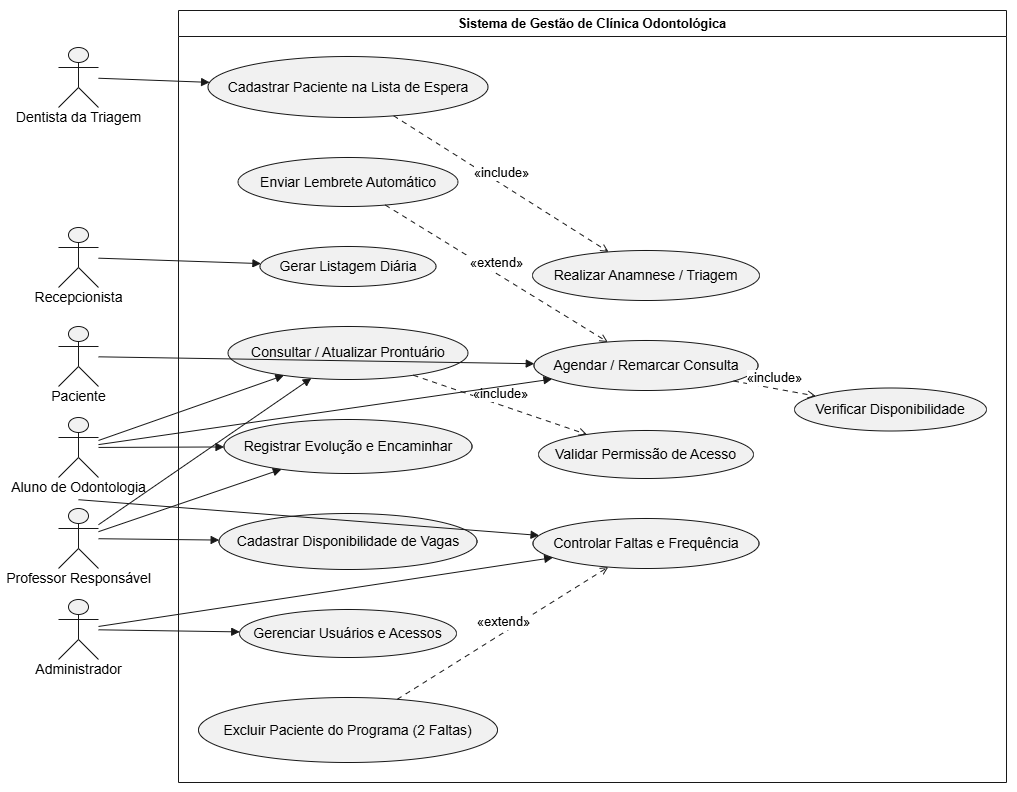
JuscielSL/APS keeps this draw.io diagram as Unidade 4/ModelagemSistemas/Diagrama de gestão odontologico.drawio.png. Above is the earlier version. Source tidied: cells renumbered, new cells last; positions are measured from the earlier drawing's top-left corner, leaving out a move shared by most shapes. Its diagram source:
```xml
<mxGraphModel>
  <root>
    <mxCell id="0" />
    <mxCell id="1" parent="0" />
    <mxCell id="2" style="group;transparentBounds=1;editIcon=1;lockedGroup=0;groupPadding=10;" parent="1" vertex="1">
      <mxGeometry x="28" as="geometry" />
    </mxCell>
    <mxCell id="3" value="Sistema de Gestão de Clínica Odontológica" style="swimlane;startSize=26;fillColor=none;strokeColor=#181818;fontColor=#000000;fontSize=13;fontStyle=1;whiteSpace=wrap;" parent="2" vertex="1">
      <mxGeometry x="150" y="30" width="828" height="772" as="geometry" />
    </mxCell>
    <mxCell id="4" value="Cadastrar Paciente na Lista de Espera" style="ellipse;html=1;fillColor=#F1F1F1;strokeColor=#181818;whiteSpace=wrap;fontColor=#000000;fontSize=14;" parent="3" vertex="1">
      <mxGeometry x="29.5" y="46" width="280" height="61" as="geometry" />
    </mxCell>
    <mxCell id="5" value="Enviar Lembrete Automático" style="ellipse;html=1;fillColor=#F1F1F1;strokeColor=#181818;whiteSpace=wrap;fontColor=#000000;fontSize=14;" parent="3" vertex="1">
      <mxGeometry x="59.5" y="147" width="220" height="49" as="geometry" />
    </mxCell>
    <mxCell id="6" value="Gerar Listagem Diária" style="ellipse;html=1;fillColor=#F1F1F1;strokeColor=#181818;whiteSpace=wrap;fontColor=#000000;fontSize=14;" parent="3" vertex="1">
      <mxGeometry x="81.5" y="236" width="176" height="40" as="geometry" />
    </mxCell>
    <mxCell id="7" value="Consultar / Atualizar Prontuário" style="ellipse;html=1;fillColor=#F1F1F1;strokeColor=#181818;whiteSpace=wrap;fontColor=#000000;fontSize=14;" parent="3" vertex="1">
      <mxGeometry x="49.5" y="316" width="240" height="53" as="geometry" />
    </mxCell>
    <mxCell id="8" value="Registrar Evolução e Encaminhar" style="ellipse;html=1;fillColor=#F1F1F1;strokeColor=#181818;whiteSpace=wrap;fontColor=#000000;fontSize=14;" parent="3" vertex="1">
      <mxGeometry x="45.5" y="409" width="248" height="54" as="geometry" />
    </mxCell>
    <mxCell id="9" value="Cadastrar Disponibilidade de Vagas" style="ellipse;html=1;fillColor=#F1F1F1;strokeColor=#181818;whiteSpace=wrap;fontColor=#000000;fontSize=14;" parent="3" vertex="1">
      <mxGeometry x="40.5" y="503" width="258" height="56" as="geometry" />
    </mxCell>
    <mxCell id="10" value="Gerenciar Usuários e Acessos" style="ellipse;html=1;fillColor=#F1F1F1;strokeColor=#181818;whiteSpace=wrap;fontColor=#000000;fontSize=14;" parent="3" vertex="1">
      <mxGeometry x="61" y="599" width="217" height="48" as="geometry" />
    </mxCell>
    <mxCell id="11" value="Excluir Paciente do Programa (2 Faltas)" style="ellipse;html=1;fillColor=#F1F1F1;strokeColor=#181818;whiteSpace=wrap;fontColor=#000000;fontSize=14;" parent="3" vertex="1">
      <mxGeometry x="20" y="687" width="299" height="65" as="geometry" />
    </mxCell>
    <mxCell id="12" value="Realizar Anamnese / Triagem" style="ellipse;html=1;fillColor=#F1F1F1;strokeColor=#181818;whiteSpace=wrap;fontColor=#000000;fontSize=14;" parent="3" vertex="1">
      <mxGeometry x="354" y="240" width="227" height="50" as="geometry" />
    </mxCell>
    <mxCell id="13" value="Agendar / Remarcar Consulta" style="ellipse;html=1;fillColor=#F1F1F1;strokeColor=#181818;whiteSpace=wrap;fontColor=#000000;fontSize=14;" parent="3" vertex="1">
      <mxGeometry x="355.5" y="330" width="224" height="50" as="geometry" />
    </mxCell>
    <mxCell id="14" value="Validar Permissão de Acesso" style="ellipse;html=1;fillColor=#F1F1F1;strokeColor=#181818;whiteSpace=wrap;fontColor=#000000;fontSize=14;" parent="3" vertex="1">
      <mxGeometry x="360" y="420" width="215" height="48" as="geometry" />
    </mxCell>
    <mxCell id="15" value="Controlar Faltas e Frequência" style="ellipse;html=1;fillColor=#F1F1F1;strokeColor=#181818;whiteSpace=wrap;fontColor=#000000;fontSize=14;" parent="3" vertex="1">
      <mxGeometry x="354.5" y="508" width="226" height="50" as="geometry" />
    </mxCell>
    <mxCell id="16" value="Verificar Disponibilidade" style="ellipse;html=1;fillColor=#F1F1F1;strokeColor=#181818;whiteSpace=wrap;fontColor=#000000;fontSize=14;" parent="3" vertex="1">
      <mxGeometry x="616" y="377.5" width="192" height="43" as="geometry" />
    </mxCell>
    <mxCell id="17" value="«include»" style="endArrow=open;dashed=1;dashPattern=5 5;strokeColor=#181818;fontColor=#000000;fontSize=13;edgeStyle=none;rounded=0;html=1;verticalAlign=bottom;curved=0;endSize=6;sourcePerimeterSpacing=0;targetPerimeterSpacing=0;" parent="3" edge="1" source="4" target="12">
      <mxGeometry relative="1" as="geometry" />
    </mxCell>
    <mxCell id="18" value="«extend»" style="endArrow=open;dashed=1;dashPattern=5 5;strokeColor=#181818;fontColor=#000000;fontSize=13;edgeStyle=none;rounded=0;html=1;verticalAlign=bottom;curved=0;endSize=6;sourcePerimeterSpacing=0;targetPerimeterSpacing=0;" parent="3" edge="1" source="5" target="13">
      <mxGeometry relative="1" as="geometry" />
    </mxCell>
    <mxCell id="19" value="«include»" style="endArrow=open;dashed=1;dashPattern=5 5;strokeColor=#181818;fontColor=#000000;fontSize=13;edgeStyle=none;rounded=0;html=1;verticalAlign=bottom;curved=0;endSize=6;sourcePerimeterSpacing=0;targetPerimeterSpacing=0;" parent="3" edge="1" source="7" target="14">
      <mxGeometry relative="1" as="geometry" />
    </mxCell>
    <mxCell id="20" value="«extend»" style="endArrow=open;dashed=1;dashPattern=5 5;strokeColor=#181818;fontColor=#000000;fontSize=13;edgeStyle=none;rounded=0;html=1;verticalAlign=bottom;curved=0;endSize=6;sourcePerimeterSpacing=0;targetPerimeterSpacing=0;" parent="3" edge="1" source="11" target="15">
      <mxGeometry relative="1" as="geometry" />
    </mxCell>
    <mxCell id="21" value="«include»" style="endArrow=open;dashed=1;dashPattern=5 5;strokeColor=#181818;fontColor=#000000;fontSize=13;edgeStyle=none;rounded=0;html=1;verticalAlign=bottom;curved=0;endSize=6;sourcePerimeterSpacing=0;targetPerimeterSpacing=0;" parent="3" edge="1" source="13" target="16">
      <mxGeometry relative="1" as="geometry" />
    </mxCell>
    <mxCell id="22" style="shape=umlActor;html=1;fillColor=#F1F1F1;strokeColor=#181818;fontColor=#000000;fontSize=14;" parent="2" vertex="1">
      <mxGeometry x="30" y="67" width="40" height="60" as="geometry" />
    </mxCell>
    <mxCell id="23" value="Dentista da Triagem" style="text;html=1;align=center;verticalAlign=middle;spacingBottom=1;fontColor=#000000;fontSize=14;" parent="22" vertex="1">
      <mxGeometry x="-53" y="62" width="146" height="17" as="geometry" />
    </mxCell>
    <mxCell id="24" style="shape=umlActor;html=1;fillColor=#F1F1F1;strokeColor=#181818;fontColor=#000000;fontSize=14;" parent="2" vertex="1">
      <mxGeometry x="30" y="247" width="40" height="60" as="geometry" />
    </mxCell>
    <mxCell id="25" value="Recepcionista" style="text;html=1;align=center;verticalAlign=middle;spacingBottom=1;fontColor=#000000;fontSize=14;" parent="24" vertex="1">
      <mxGeometry x="-31" y="62" width="102" height="17" as="geometry" />
    </mxCell>
    <mxCell id="26" style="shape=umlActor;html=1;fillColor=#F1F1F1;strokeColor=#181818;fontColor=#000000;fontSize=14;" parent="2" vertex="1">
      <mxGeometry x="30" y="346" width="40" height="60" as="geometry" />
    </mxCell>
    <mxCell id="27" value="Paciente" style="text;html=1;align=center;verticalAlign=middle;spacingBottom=1;fontColor=#000000;fontSize=14;" parent="26" vertex="1">
      <mxGeometry x="-14" y="62" width="68" height="17" as="geometry" />
    </mxCell>
    <mxCell id="28" style="shape=umlActor;html=1;fillColor=#F1F1F1;strokeColor=#181818;fontColor=#000000;fontSize=14;" parent="2" vertex="1">
      <mxGeometry x="30" y="437" width="40" height="60" as="geometry" />
    </mxCell>
    <mxCell id="29" value="Aluno de Odontologia" style="text;html=1;align=center;verticalAlign=middle;spacingBottom=1;fontColor=#000000;fontSize=14;" parent="28" vertex="1">
      <mxGeometry x="-57" y="62" width="154" height="17" as="geometry" />
    </mxCell>
    <mxCell id="30" style="shape=umlActor;html=1;fillColor=#F1F1F1;strokeColor=#181818;fontColor=#000000;fontSize=14;" parent="2" vertex="1">
      <mxGeometry x="30" y="528" width="40" height="60" as="geometry" />
    </mxCell>
    <mxCell id="31" value="Professor Responsável" style="text;html=1;align=center;verticalAlign=middle;spacingBottom=1;fontColor=#000000;fontSize=14;" parent="30" vertex="1">
      <mxGeometry x="-58" y="62" width="156" height="17" as="geometry" />
    </mxCell>
    <mxCell id="32" style="shape=umlActor;html=1;fillColor=#F1F1F1;strokeColor=#181818;fontColor=#000000;fontSize=14;" parent="2" vertex="1">
      <mxGeometry x="30" y="619" width="40" height="60" as="geometry" />
    </mxCell>
    <mxCell id="33" value="Administrador" style="text;html=1;align=center;verticalAlign=middle;spacingBottom=1;fontColor=#000000;fontSize=14;" parent="32" vertex="1">
      <mxGeometry x="-30.5" y="62" width="101" height="17" as="geometry" />
    </mxCell>
    <mxCell id="34" style="endArrow=block;endFill=1;strokeColor=#181818;fontColor=#000000;fontSize=13;edgeStyle=none;rounded=0;html=1;curved=0;endSize=6;sourcePerimeterSpacing=0;targetPerimeterSpacing=0;" parent="2" edge="1" source="26" target="13">
      <mxGeometry relative="1" as="geometry" />
    </mxCell>
    <mxCell id="35" style="endArrow=block;endFill=1;strokeColor=#181818;fontColor=#000000;fontSize=13;edgeStyle=none;rounded=0;html=1;curved=0;endSize=6;sourcePerimeterSpacing=0;targetPerimeterSpacing=0;" parent="2" edge="1" source="22" target="4">
      <mxGeometry relative="1" as="geometry" />
    </mxCell>
    <mxCell id="36" style="endArrow=block;endFill=1;strokeColor=#181818;fontColor=#000000;fontSize=13;edgeStyle=none;rounded=0;html=1;curved=0;endSize=6;sourcePerimeterSpacing=0;targetPerimeterSpacing=0;" parent="2" edge="1" source="24" target="6">
      <mxGeometry relative="1" as="geometry" />
    </mxCell>
    <mxCell id="37" style="endArrow=block;endFill=1;strokeColor=#181818;fontColor=#000000;fontSize=13;edgeStyle=none;rounded=0;html=1;curved=0;endSize=6;sourcePerimeterSpacing=0;targetPerimeterSpacing=0;" parent="2" edge="1" source="28" target="13">
      <mxGeometry relative="1" as="geometry" />
    </mxCell>
    <mxCell id="38" style="endArrow=block;endFill=1;strokeColor=#181818;fontColor=#000000;fontSize=13;edgeStyle=none;rounded=0;html=1;curved=0;endSize=6;sourcePerimeterSpacing=0;targetPerimeterSpacing=0;" parent="2" edge="1" source="28" target="7">
      <mxGeometry relative="1" as="geometry" />
    </mxCell>
    <mxCell id="39" style="endArrow=block;endFill=1;strokeColor=#181818;fontColor=#000000;fontSize=13;edgeStyle=none;rounded=0;html=1;curved=0;endSize=6;sourcePerimeterSpacing=0;targetPerimeterSpacing=0;" parent="2" edge="1" source="28" target="8">
      <mxGeometry relative="1" as="geometry" />
    </mxCell>
    <mxCell id="40" style="endArrow=block;endFill=1;strokeColor=#181818;fontColor=#000000;fontSize=13;edgeStyle=none;rounded=0;html=1;exitX=0.5;exitY=1.37;exitPerimeter=0;curved=0;endSize=6;sourcePerimeterSpacing=0;targetPerimeterSpacing=0;" parent="2" edge="1" source="28" target="15">
      <mxGeometry relative="1" as="geometry" />
    </mxCell>
    <mxCell id="41" style="endArrow=block;endFill=1;strokeColor=#181818;fontColor=#000000;fontSize=13;edgeStyle=none;rounded=0;html=1;curved=0;endSize=6;sourcePerimeterSpacing=0;targetPerimeterSpacing=0;" parent="2" edge="1" source="30" target="9">
      <mxGeometry relative="1" as="geometry" />
    </mxCell>
    <mxCell id="42" style="endArrow=block;endFill=1;strokeColor=#181818;fontColor=#000000;fontSize=13;edgeStyle=none;rounded=0;html=1;curved=0;endSize=6;sourcePerimeterSpacing=0;targetPerimeterSpacing=0;" parent="2" edge="1" source="30" target="7">
      <mxGeometry relative="1" as="geometry" />
    </mxCell>
    <mxCell id="43" style="endArrow=block;endFill=1;strokeColor=#181818;fontColor=#000000;fontSize=13;edgeStyle=none;rounded=0;html=1;curved=0;endSize=6;sourcePerimeterSpacing=0;targetPerimeterSpacing=0;" parent="2" edge="1" source="30" target="8">
      <mxGeometry relative="1" as="geometry" />
    </mxCell>
    <mxCell id="44" style="endArrow=block;endFill=1;strokeColor=#181818;fontColor=#000000;fontSize=13;edgeStyle=none;rounded=0;html=1;curved=0;endSize=6;sourcePerimeterSpacing=0;targetPerimeterSpacing=0;" parent="2" edge="1" source="32" target="10">
      <mxGeometry relative="1" as="geometry" />
    </mxCell>
    <mxCell id="45" style="endArrow=block;endFill=1;strokeColor=#181818;fontColor=#000000;fontSize=13;edgeStyle=none;rounded=0;html=1;curved=0;endSize=6;sourcePerimeterSpacing=0;targetPerimeterSpacing=0;" parent="2" edge="1" source="32" target="15">
      <mxGeometry relative="1" as="geometry" />
    </mxCell>
  </root>
</mxGraphModel>
```
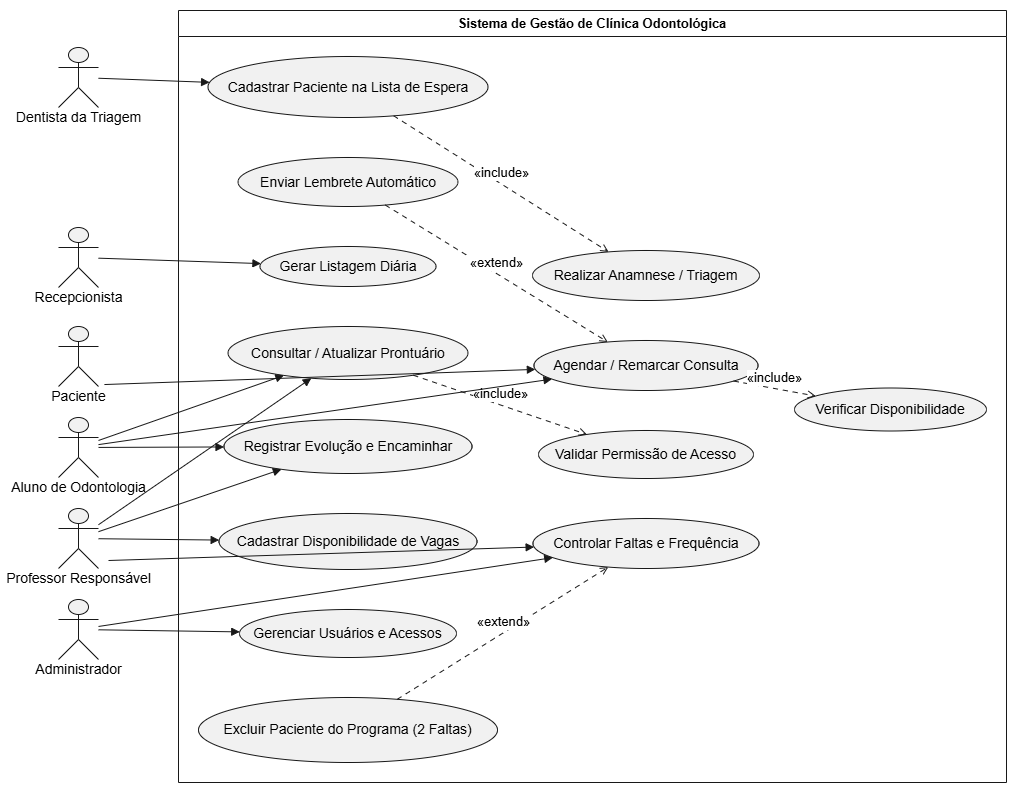
Above is the later version.

Diff of the diagram source:
```diff
@@ -98,7 +98,7 @@
     <mxCell id="33" value="Administrador" style="text;html=1;align=center;verticalAlign=middle;spacingBottom=1;fontColor=#000000;fontSize=14;" parent="32" vertex="1">
       <mxGeometry x="-30.5" y="62" width="101" height="17" as="geometry" />
     </mxCell>
-    <mxCell id="34" style="endArrow=block;endFill=1;strokeColor=#181818;fontColor=#000000;fontSize=13;edgeStyle=none;rounded=0;html=1;curved=0;endSize=6;sourcePerimeterSpacing=0;targetPerimeterSpacing=0;" parent="2" edge="1" source="26" target="13">
+    <mxCell id="34" style="endArrow=block;endFill=1;strokeColor=#181818;fontColor=#000000;fontSize=13;edgeStyle=none;rounded=0;html=1;curved=0;endSize=6;sourcePerimeterSpacing=0;targetPerimeterSpacing=0;exitX=0.881;exitY=-0.233;exitDx=0;exitDy=0;exitPerimeter=0;" parent="2" edge="1" source="27" target="13">
       <mxGeometry relative="1" as="geometry" />
     </mxCell>
     <mxCell id="35" style="endArrow=block;endFill=1;strokeColor=#181818;fontColor=#000000;fontSize=13;edgeStyle=none;rounded=0;html=1;curved=0;endSize=6;sourcePerimeterSpacing=0;targetPerimeterSpacing=0;" parent="2" edge="1" source="22" target="4">
@@ -116,8 +116,10 @@
     <mxCell id="39" style="endArrow=block;endFill=1;strokeColor=#181818;fontColor=#000000;fontSize=13;edgeStyle=none;rounded=0;html=1;curved=0;endSize=6;sourcePerimeterSpacing=0;targetPerimeterSpacing=0;" parent="2" edge="1" source="28" target="8">
       <mxGeometry relative="1" as="geometry" />
     </mxCell>
-    <mxCell id="40" style="endArrow=block;endFill=1;strokeColor=#181818;fontColor=#000000;fontSize=13;edgeStyle=none;rounded=0;html=1;exitX=0.5;exitY=1.37;exitPerimeter=0;curved=0;endSize=6;sourcePerimeterSpacing=0;targetPerimeterSpacing=0;" parent="2" edge="1" source="28" target="15">
-      <mxGeometry relative="1" as="geometry" />
+    <mxCell id="40" style="endArrow=block;endFill=1;strokeColor=#181818;fontColor=#000000;fontSize=13;edgeStyle=none;rounded=0;html=1;curved=0;endSize=6;sourcePerimeterSpacing=0;targetPerimeterSpacing=0;" parent="2" edge="1" target="15">
+      <mxGeometry relative="1" as="geometry">
+        <mxPoint x="80" y="580" as="sourcePoint" />
+      </mxGeometry>
     </mxCell>
     <mxCell id="41" style="endArrow=block;endFill=1;strokeColor=#181818;fontColor=#000000;fontSize=13;edgeStyle=none;rounded=0;html=1;curved=0;endSize=6;sourcePerimeterSpacing=0;targetPerimeterSpacing=0;" parent="2" edge="1" source="30" target="9">
       <mxGeometry relative="1" as="geometry" />
```
